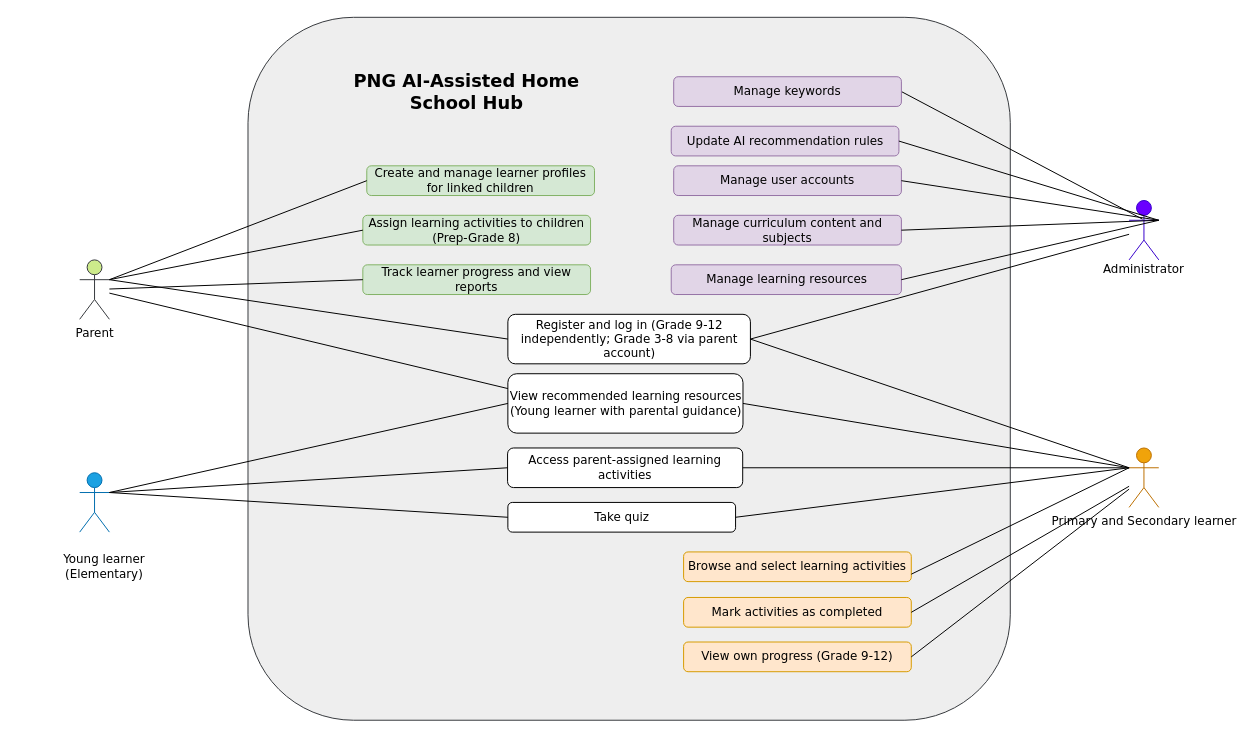
Nash230/IS406-Final-Year-Major-Project keeps this draw.io diagram as page "Usecase Diagram" (1 of 8) of Use Case Diagram.drawio. Above is the earlier version. Source tidied: cells renumbered, new cells numbered last; positions are measured from the earlier drawing's top-left corner, leaving out a move shared by most shapes. Both pictures are drawn from the tidied source at 99%, with x=0, y=0 at pixel (59, 17).
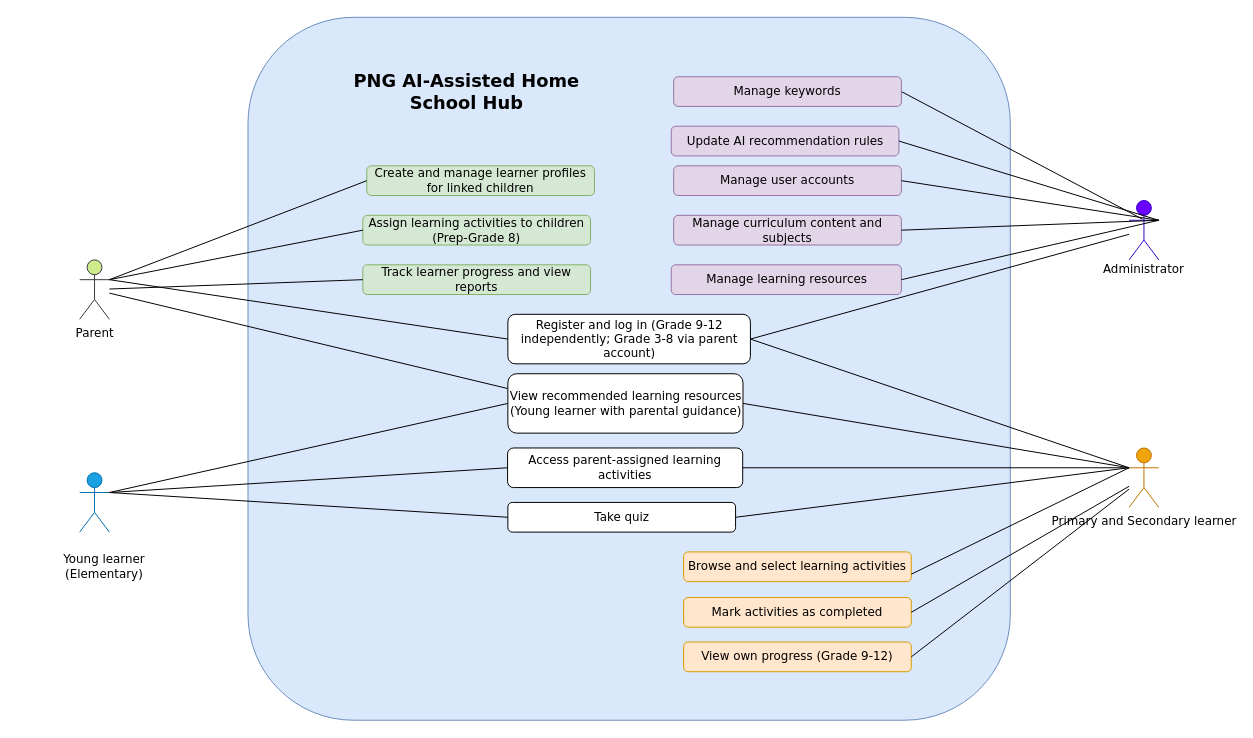
Above is the later version.

What changed in the source:
```diff
@@
-    <mxCell id="2" style="rounded=1;whiteSpace=wrap;html=1;fillColor=#eeeeee;strokeColor=#36393d;" parent="1" vertex="1">
+    <mxCell id="2" style="rounded=1;whiteSpace=wrap;html=1;fillColor=#dae8fc;strokeColor=#6c8ebf;" parent="1" vertex="1">
       <mxGeometry x="190" width="770" height="710" as="geometry" />
     </mxCell>
```
